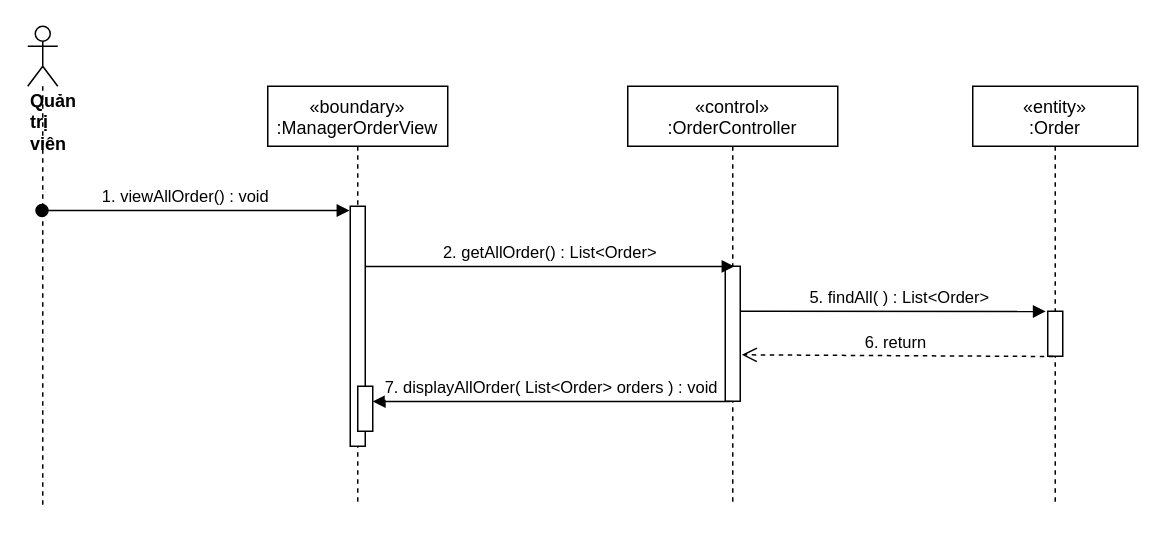
Earlier version of the draw.io diagram sequence diagram/view-Order-manager-sequence.drawio (nguyenphamvan/datn_20202). Source tidied: cells renumbered, new cells numbered last; positions are measured from the earlier drawing's top-left corner, leaving out a move shared by most shapes. Both pictures are drawn from the tidied source at 150%, with x=0, y=0 at pixel (27, 26).
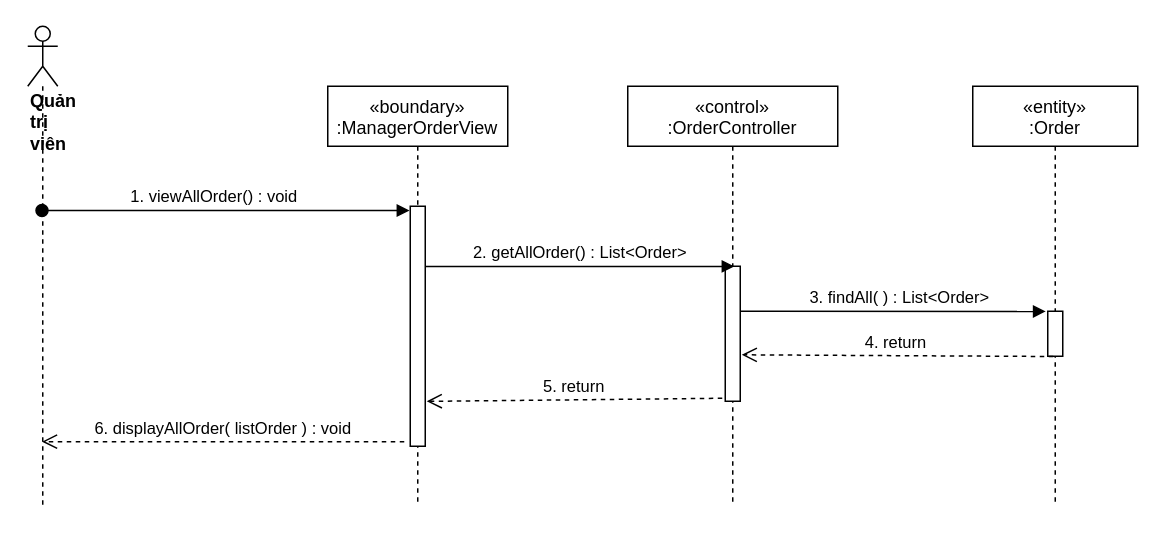
The same diagram, later.

The edit, as a diff of the source:
```diff
@@
 <mxGraphModel>
   <root>
     <mxCell id="0" />
     <mxCell id="1" parent="0" />
     <mxCell id="2" value="«boundary»&#10;:ManagerOrderView" style="shape=umlLifeline;perimeter=lifelinePerimeter;rounded=0;shadow=0;strokeWidth=1;" parent="1" vertex="1">
-      <mxGeometry x="160" y="40" width="120" height="280" as="geometry" />
+      <mxGeometry x="200" y="40" width="120" height="280" as="geometry" />
     </mxCell>
     <mxCell id="3" style="points=[];perimeter=orthogonalPerimeter;rounded=0;shadow=0;strokeWidth=1;" parent="2" vertex="1">
       <mxGeometry x="55" y="80" width="10" height="160" as="geometry" />
     </mxCell>
-    <mxCell id="4" style="html=1;points=[];perimeter=orthogonalPerimeter;" parent="2" vertex="1">
-      <mxGeometry x="60" y="200" width="10" height="30" as="geometry" />
-    </mxCell>
     <mxCell id="5" value="«control»&#10;:OrderController" style="shape=umlLifeline;perimeter=lifelinePerimeter;rounded=0;shadow=0;strokeWidth=1;" parent="1" vertex="1">
       <mxGeometry x="400" y="40" width="140" height="280" as="geometry" />
     </mxCell>
     <mxCell id="6" style="points=[];perimeter=orthogonalPerimeter;rounded=0;shadow=0;strokeWidth=1;" parent="5" vertex="1">
       <mxGeometry x="65" y="120" width="10" height="90" as="geometry" />
     </mxCell>
     <mxCell id="7" value="&lt;div&gt;&lt;b&gt;Quản trị viên&lt;/b&gt;&lt;/div&gt;" style="shape=umlLifeline;participant=umlActor;perimeter=lifelinePerimeter;whiteSpace=wrap;html=1;verticalAlign=top;spacingTop=36;outlineConnect=0;align=left;" parent="1" vertex="1">
       <mxGeometry width="20" height="320" as="geometry" />
     </mxCell>
     <mxCell id="8" value="1. viewAllOrder() : void" style="verticalAlign=bottom;startArrow=oval;endArrow=block;startSize=8;shadow=0;strokeWidth=1;entryX=-0.05;entryY=0.018;entryDx=0;entryDy=0;entryPerimeter=0;" parent="1" edge="1" source="7" target="3">
       <mxGeometry x="-0.06" relative="1" as="geometry" />
     </mxCell>
     <mxCell id="9" value="2. getAllOrder() : List&amp;lt;Order&amp;gt;" style="html=1;verticalAlign=bottom;endArrow=block;entryX=0.617;entryY=0.001;entryDx=0;entryDy=0;entryPerimeter=0;" parent="1" edge="1" source="3" target="6">
       <mxGeometry relative="1" as="geometry" />
     </mxCell>
     <mxCell id="10" value="«entity»&#10;:Order" style="shape=umlLifeline;perimeter=lifelinePerimeter;rounded=0;shadow=0;strokeWidth=1;" parent="1" vertex="1">
       <mxGeometry x="630" y="40" width="110" height="280" as="geometry" />
     </mxCell>
     <mxCell id="11" style="points=[];perimeter=orthogonalPerimeter;rounded=0;shadow=0;strokeWidth=1;" parent="10" vertex="1">
       <mxGeometry x="50" y="150" width="10" height="30" as="geometry" />
     </mxCell>
-    <mxCell id="12" value="5. findAll( ) : List&amp;lt;Order&amp;gt;" style="html=1;verticalAlign=bottom;endArrow=block;entryX=-0.133;entryY=0.004;entryDx=0;entryDy=0;entryPerimeter=0;" parent="1" edge="1" target="11">
+    <mxCell id="12" value="3. findAll( ) : List&amp;lt;Order&amp;gt;" style="html=1;verticalAlign=bottom;endArrow=block;entryX=-0.133;entryY=0.004;entryDx=0;entryDy=0;entryPerimeter=0;" parent="1" edge="1" target="11">
       <mxGeometry x="0.04" relative="1" as="geometry">
         <mxPoint x="475" y="190" as="sourcePoint" />
       </mxGeometry>
     </mxCell>
-    <mxCell id="13" value="6. return&amp;nbsp;" style="html=1;verticalAlign=bottom;endArrow=open;dashed=1;endSize=8;exitX=0.367;exitY=1.006;exitDx=0;exitDy=0;exitPerimeter=0;entryX=1.1;entryY=0.656;entryDx=0;entryDy=0;entryPerimeter=0;" parent="1" edge="1" source="11" target="6">
+    <mxCell id="13" value="4. return&amp;nbsp;" style="html=1;verticalAlign=bottom;endArrow=open;dashed=1;endSize=8;exitX=0.367;exitY=1.006;exitDx=0;exitDy=0;exitPerimeter=0;entryX=1.1;entryY=0.656;entryDx=0;entryDy=0;entryPerimeter=0;" parent="1" edge="1" source="11" target="6">
       <mxGeometry relative="1" as="geometry" />
     </mxCell>
-    <mxCell id="14" value="7. displayAllOrder( List&lt;Order&gt; orders ) : void" style="verticalAlign=bottom;endArrow=block;shadow=0;strokeWidth=1;exitX=0.34;exitY=1.002;exitDx=0;exitDy=0;exitPerimeter=0;" parent="1" edge="1" source="6" target="4">
-      <mxGeometry relative="1" as="geometry" />
-    </mxCell>
+    <mxCell id="15" value="5. return" style="html=1;verticalAlign=bottom;endArrow=open;dashed=1;endSize=8;exitX=-0.2;exitY=0.978;exitDx=0;exitDy=0;exitPerimeter=0;entryX=1.1;entryY=0.813;entryDx=0;entryDy=0;entryPerimeter=0;" parent="1" edge="1" source="6" target="3">
+      <mxGeometry relative="1" as="geometry" />
+    </mxCell>
+    <mxCell id="16" value="6. displayAllOrder( listOrder ) : void" style="html=1;verticalAlign=bottom;endArrow=open;dashed=1;endSize=8;exitX=-0.4;exitY=0.981;exitDx=0;exitDy=0;exitPerimeter=0;" parent="1" edge="1" source="3" target="7">
+      <mxGeometry relative="1" as="geometry" />
+    </mxCell>
   </root>
 </mxGraphModel>
```
